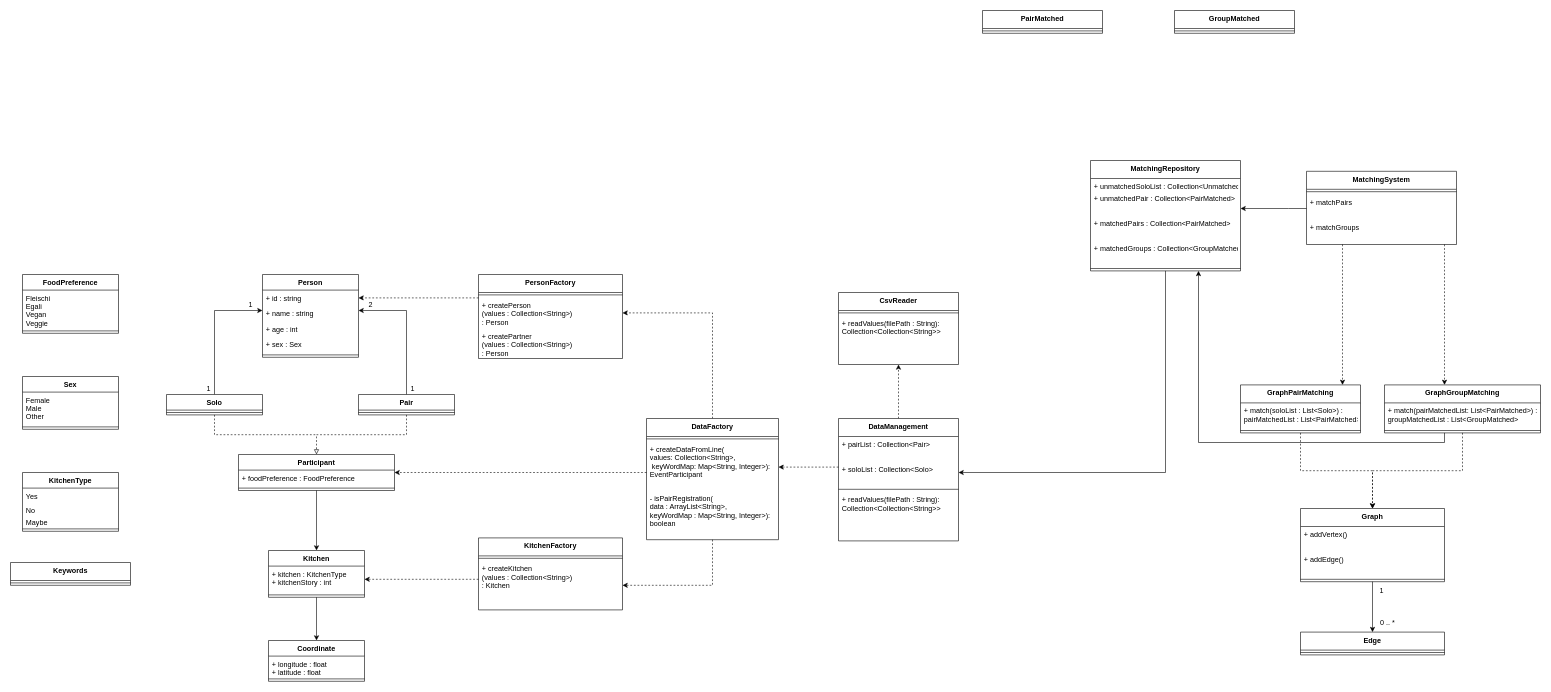
The draw.io diagram page "Seite-5" (5 of 5) of Dokumentation/7.1 Klassendiagramm.drawio in Paul758/spinfood, before the edit. Source tidied: cells renumbered, new cells numbered last; positions are measured from the earlier drawing's top-left corner, leaving out a move shared by most shapes. Both pictures are drawn from the tidied source at 60%, with x=0, y=0 at pixel (10, 10).
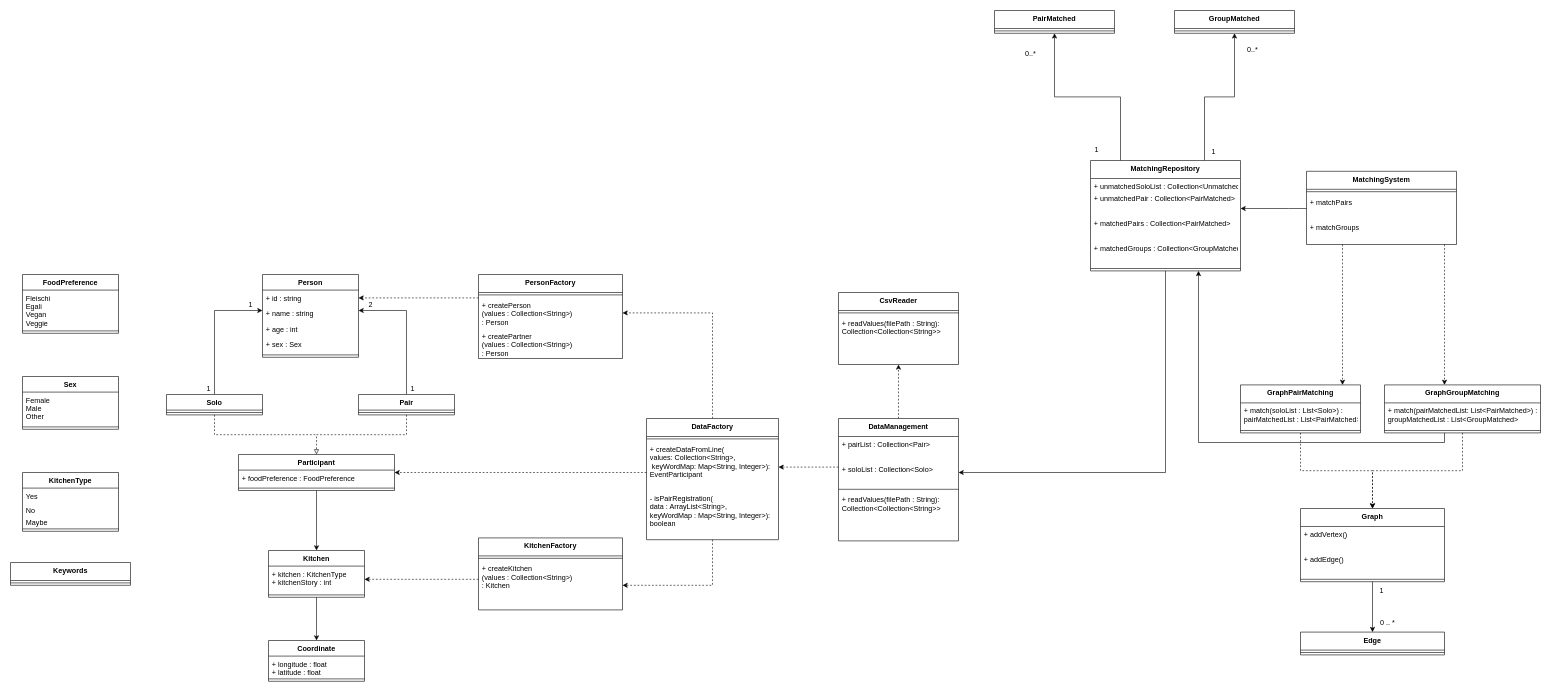
Above is the later version.

Commit message:
Updated Class diagram

The change refers to these unchanged cells:
```xml
<mxCell id="72" value="GroupMatched" style="swimlane;fontStyle=1;align=center;verticalAlign=top;horizontal=1;startSize=30;" parent="1" vertex="1">
  <mxGeometry x="1940" width="200" height="38" as="geometry" />
</mxCell>
<mxCell id="90" value="MatchingRepository" style="swimlane;fontStyle=1;align=center;verticalAlign=top;horizontal=1;startSize=30;" parent="1" vertex="1">
  <mxGeometry x="1800" y="250" width="250" height="184" as="geometry" />
</mxCell>
```

The edit, as a diff of the source:
```diff
@@
     <mxCell id="70" value="PairMatched" style="swimlane;fontStyle=1;align=center;verticalAlign=top;horizontal=1;startSize=30;" parent="1" vertex="1">
-      <mxGeometry x="1620" width="200" height="38" as="geometry" />
+      <mxGeometry x="1640" width="200" height="38" as="geometry" />
     </mxCell>
@@
+    <mxCell id="106" style="edgeStyle=orthogonalEdgeStyle;rounded=0;jettySize=auto;html=1;" parent="1" edge="1" source="90" target="70">
+      <mxGeometry relative="1" as="geometry">
+        <Array as="points">
+          <mxPoint x="1850" y="144" />
+          <mxPoint x="1740" y="144" />
+        </Array>
+      </mxGeometry>
+    </mxCell>
+    <mxCell id="107" style="edgeStyle=orthogonalEdgeStyle;rounded=0;jettySize=auto;html=1;" parent="1" edge="1" source="90" target="72">
+      <mxGeometry relative="1" as="geometry">
+        <Array as="points">
+          <mxPoint x="1990" y="144" />
+          <mxPoint x="2040" y="144" />
+        </Array>
+      </mxGeometry>
+    </mxCell>
@@
+    <mxCell id="108" value="1" style="text;html=1;align=center;verticalAlign=middle;strokeColor=none;fillColor=none;" parent="1" vertex="1">
+      <mxGeometry x="1795" y="218" width="30" height="30" as="geometry" />
+    </mxCell>
+    <mxCell id="109" value="0..*" style="text;html=1;align=center;verticalAlign=middle;strokeColor=none;fillColor=none;" parent="1" vertex="1">
+      <mxGeometry x="1680" y="58" width="40" height="30" as="geometry" />
+    </mxCell>
+    <mxCell id="110" value="0..*" style="text;html=1;align=center;verticalAlign=middle;strokeColor=none;fillColor=none;" parent="1" vertex="1">
+      <mxGeometry x="2050" y="50" width="40" height="30" as="geometry" />
+    </mxCell>
+    <mxCell id="111" value="1" style="text;html=1;align=center;verticalAlign=middle;strokeColor=none;fillColor=none;" parent="1" vertex="1">
+      <mxGeometry x="1990" y="220" width="30" height="30" as="geometry" />
+    </mxCell>
```
